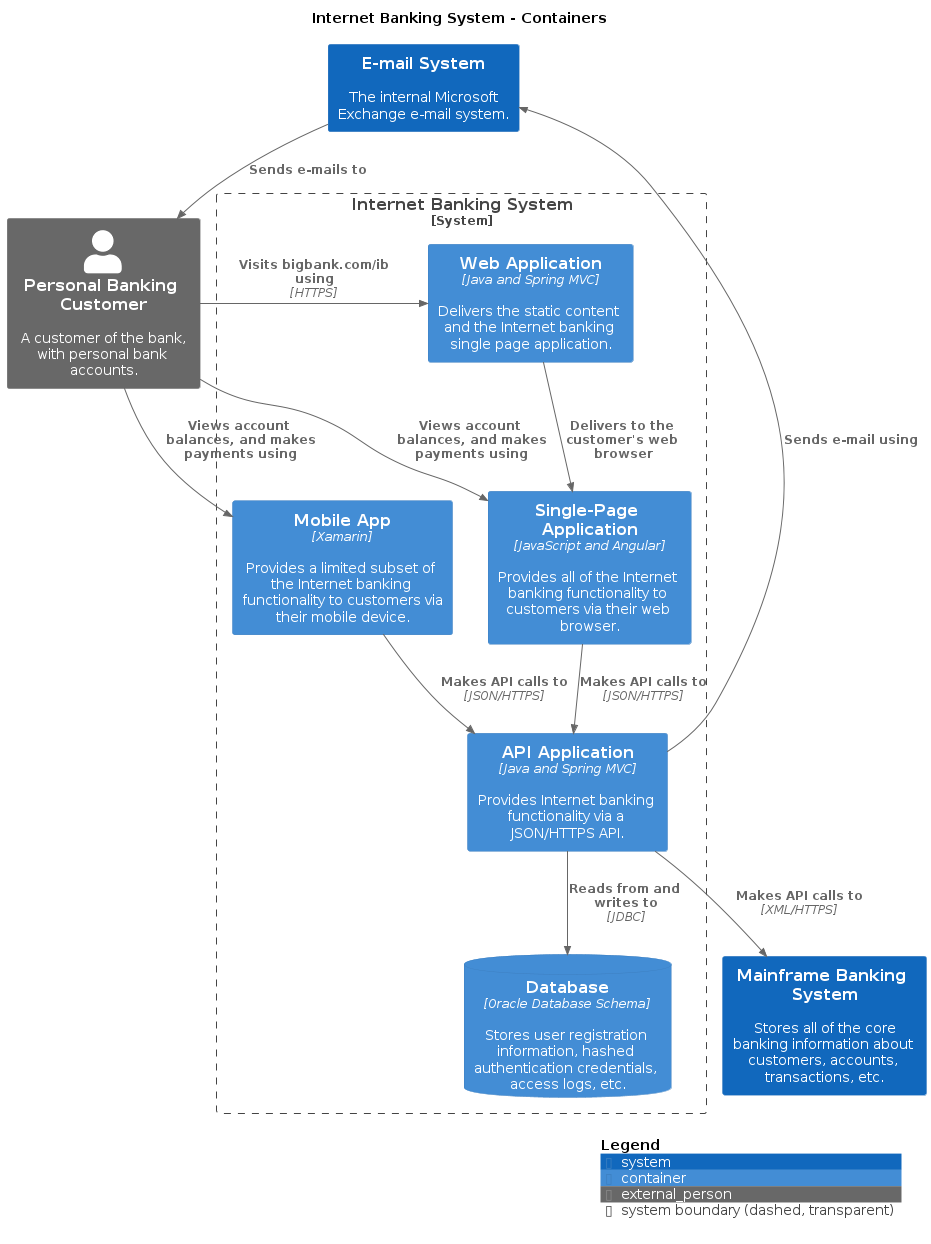
avisi-cloud/structurizr-site-generatr keeps this PlantUML diagram as main/png/Containers.png. Above is the earlier version.
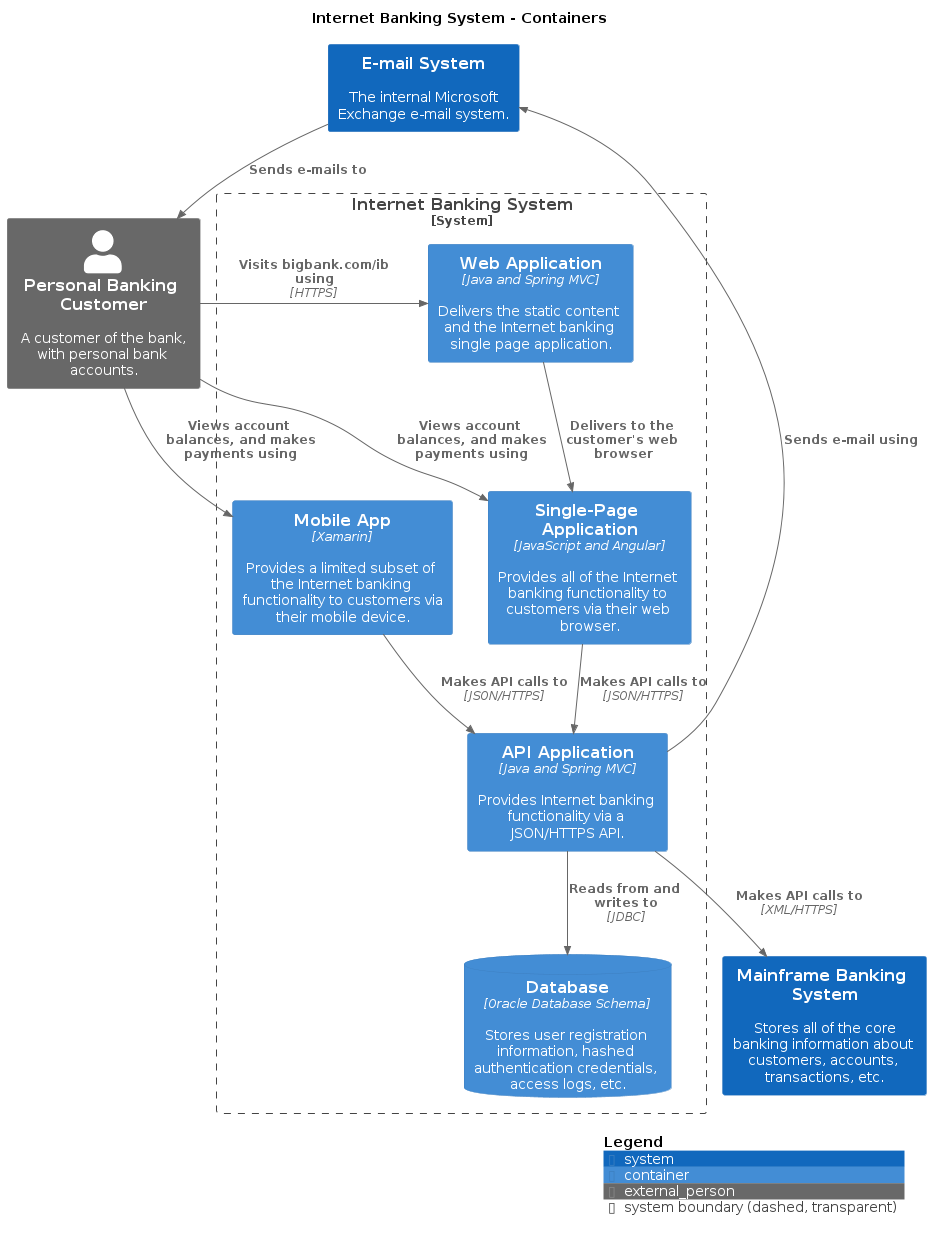
Later version of the same file.

What changed in the source:
```diff
@@ -8,8 +8,8 @@
 !include /home/runner/work/structurizr-site-generatr/structurizr-site-generatr/build/puml-cache/C4_Container.puml
 
 Person_Ext(PersonalBankingCustomer, "Personal Banking Customer", "A customer of the bank, with personal bank accounts.", $tags="")
-System(MainframeBankingSystem, "Mainframe Banking System", "Stores all of the core banking information about customers, accounts, transactions, etc.", $tags="")[[/main/mainframe-banking-system/context/]]
-System(EmailSystem, "E-mail System", "The internal Microsoft Exchange e-mail system.", $tags="")[[/main/e-mail-system/context/]]
+System(MainframeBankingSystem, "Mainframe Banking System", "Stores all of the core banking information about customers, accounts, transactions, etc.", $tags="")
+System(EmailSystem, "E-mail System", "The internal Microsoft Exchange e-mail system.", $tags="")
 
 System_Boundary("InternetBankingSystem_boundary", "Internet Banking System") {
   Container(InternetBankingSystem.MobileApp, "Mobile App", "Xamarin", "Provides a limited subset of the Internet banking functionality to customers via their mobile device.", $tags="")
```
